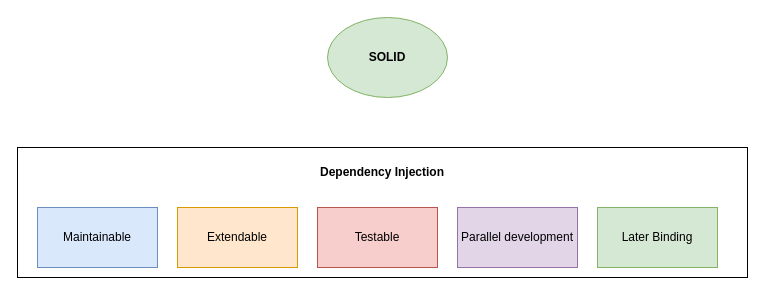
viettrungphan/Diagram keeps this draw.io diagram as GoodCodeBase.drawio. Above is the earlier version. Source tidied: cells renumbered, new cells numbered last; positions are measured from the earlier drawing's top-left corner, leaving out a move shared by most shapes. Both pictures are drawn from the tidied source at 100%, with x=0, y=0 at pixel (17, 17).
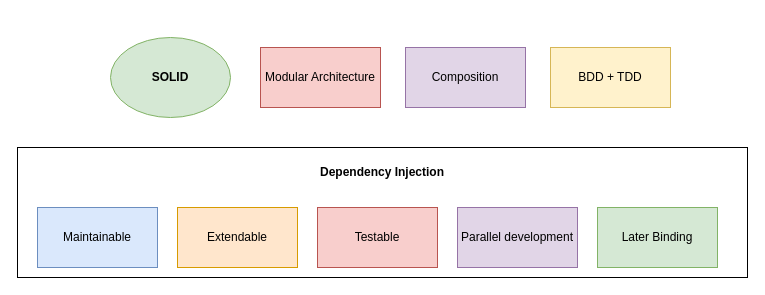
Above is the later version.

Diff of the diagram source:
```diff
@@
 <mxGraphModel>
   <root>
     <mxCell id="0" />
     <mxCell id="1" parent="0" />
     <mxCell id="2" style="rounded=0;whiteSpace=wrap;html=1;" parent="1" vertex="1">
       <mxGeometry y="130" width="730" height="130" as="geometry" />
     </mxCell>
     <mxCell id="3" value="Maintainable" style="rounded=0;whiteSpace=wrap;html=1;fillColor=#dae8fc;strokeColor=#6c8ebf;" parent="1" vertex="1">
       <mxGeometry x="20" y="190" width="120" height="60" as="geometry" />
     </mxCell>
     <mxCell id="4" value="Extendable" style="rounded=0;whiteSpace=wrap;html=1;fillColor=#ffe6cc;strokeColor=#d79b00;" parent="1" vertex="1">
       <mxGeometry x="160" y="190" width="120" height="60" as="geometry" />
     </mxCell>
     <mxCell id="5" value="Testable" style="rounded=0;whiteSpace=wrap;html=1;fillColor=#f8cecc;strokeColor=#b85450;" parent="1" vertex="1">
       <mxGeometry x="300" y="190" width="120" height="60" as="geometry" />
     </mxCell>
     <mxCell id="6" value="Parallel development" style="rounded=0;whiteSpace=wrap;html=1;fillColor=#e1d5e7;strokeColor=#9673a6;" parent="1" vertex="1">
       <mxGeometry x="440" y="190" width="120" height="60" as="geometry" />
     </mxCell>
     <mxCell id="7" value="Later Binding" style="rounded=0;whiteSpace=wrap;html=1;fillColor=#d5e8d4;strokeColor=#82b366;" parent="1" vertex="1">
       <mxGeometry x="580" y="190" width="120" height="60" as="geometry" />
     </mxCell>
     <mxCell id="8" value="SOLID" style="ellipse;whiteSpace=wrap;html=1;fontStyle=1;fillColor=#d5e8d4;strokeColor=#82b366;" parent="1" vertex="1">
-      <mxGeometry x="310" width="120" height="80" as="geometry" />
+      <mxGeometry x="93" y="20" width="120" height="80" as="geometry" />
     </mxCell>
     <mxCell id="9" value="Dependency Injection" style="text;html=1;strokeColor=none;fillColor=none;align=center;verticalAlign=middle;whiteSpace=wrap;rounded=0;fontStyle=1;" parent="1" vertex="1">
       <mxGeometry x="295" y="140" width="140" height="30" as="geometry" />
     </mxCell>
+    <mxCell id="10" value="Modular Architecture" style="rounded=0;whiteSpace=wrap;html=1;fillColor=#f8cecc;strokeColor=#b85450;" parent="1" vertex="1">
+      <mxGeometry x="243" y="30" width="120" height="60" as="geometry" />
+    </mxCell>
+    <mxCell id="11" value="Composition" style="rounded=0;whiteSpace=wrap;html=1;fillColor=#e1d5e7;strokeColor=#9673a6;" parent="1" vertex="1">
+      <mxGeometry x="388" y="30" width="120" height="60" as="geometry" />
+    </mxCell>
+    <mxCell id="12" value="BDD + TDD" style="rounded=0;whiteSpace=wrap;html=1;fillColor=#fff2cc;strokeColor=#d6b656;" parent="1" vertex="1">
+      <mxGeometry x="533" y="30" width="120" height="60" as="geometry" />
+    </mxCell>
   </root>
 </mxGraphModel>
```
